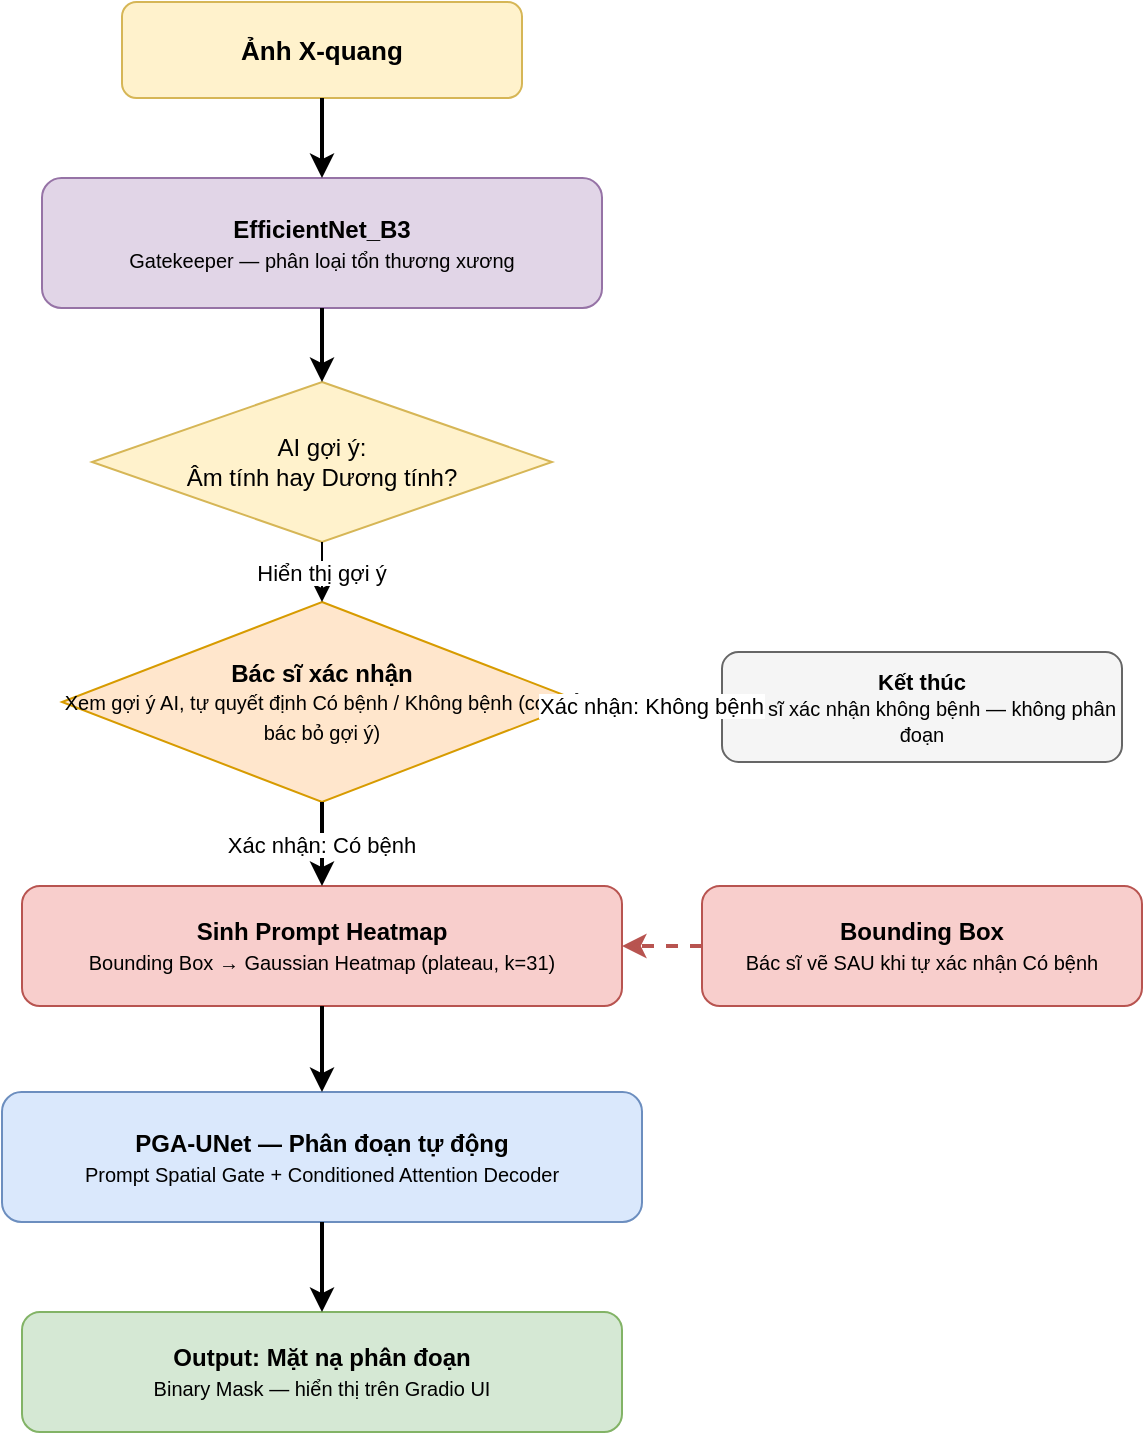
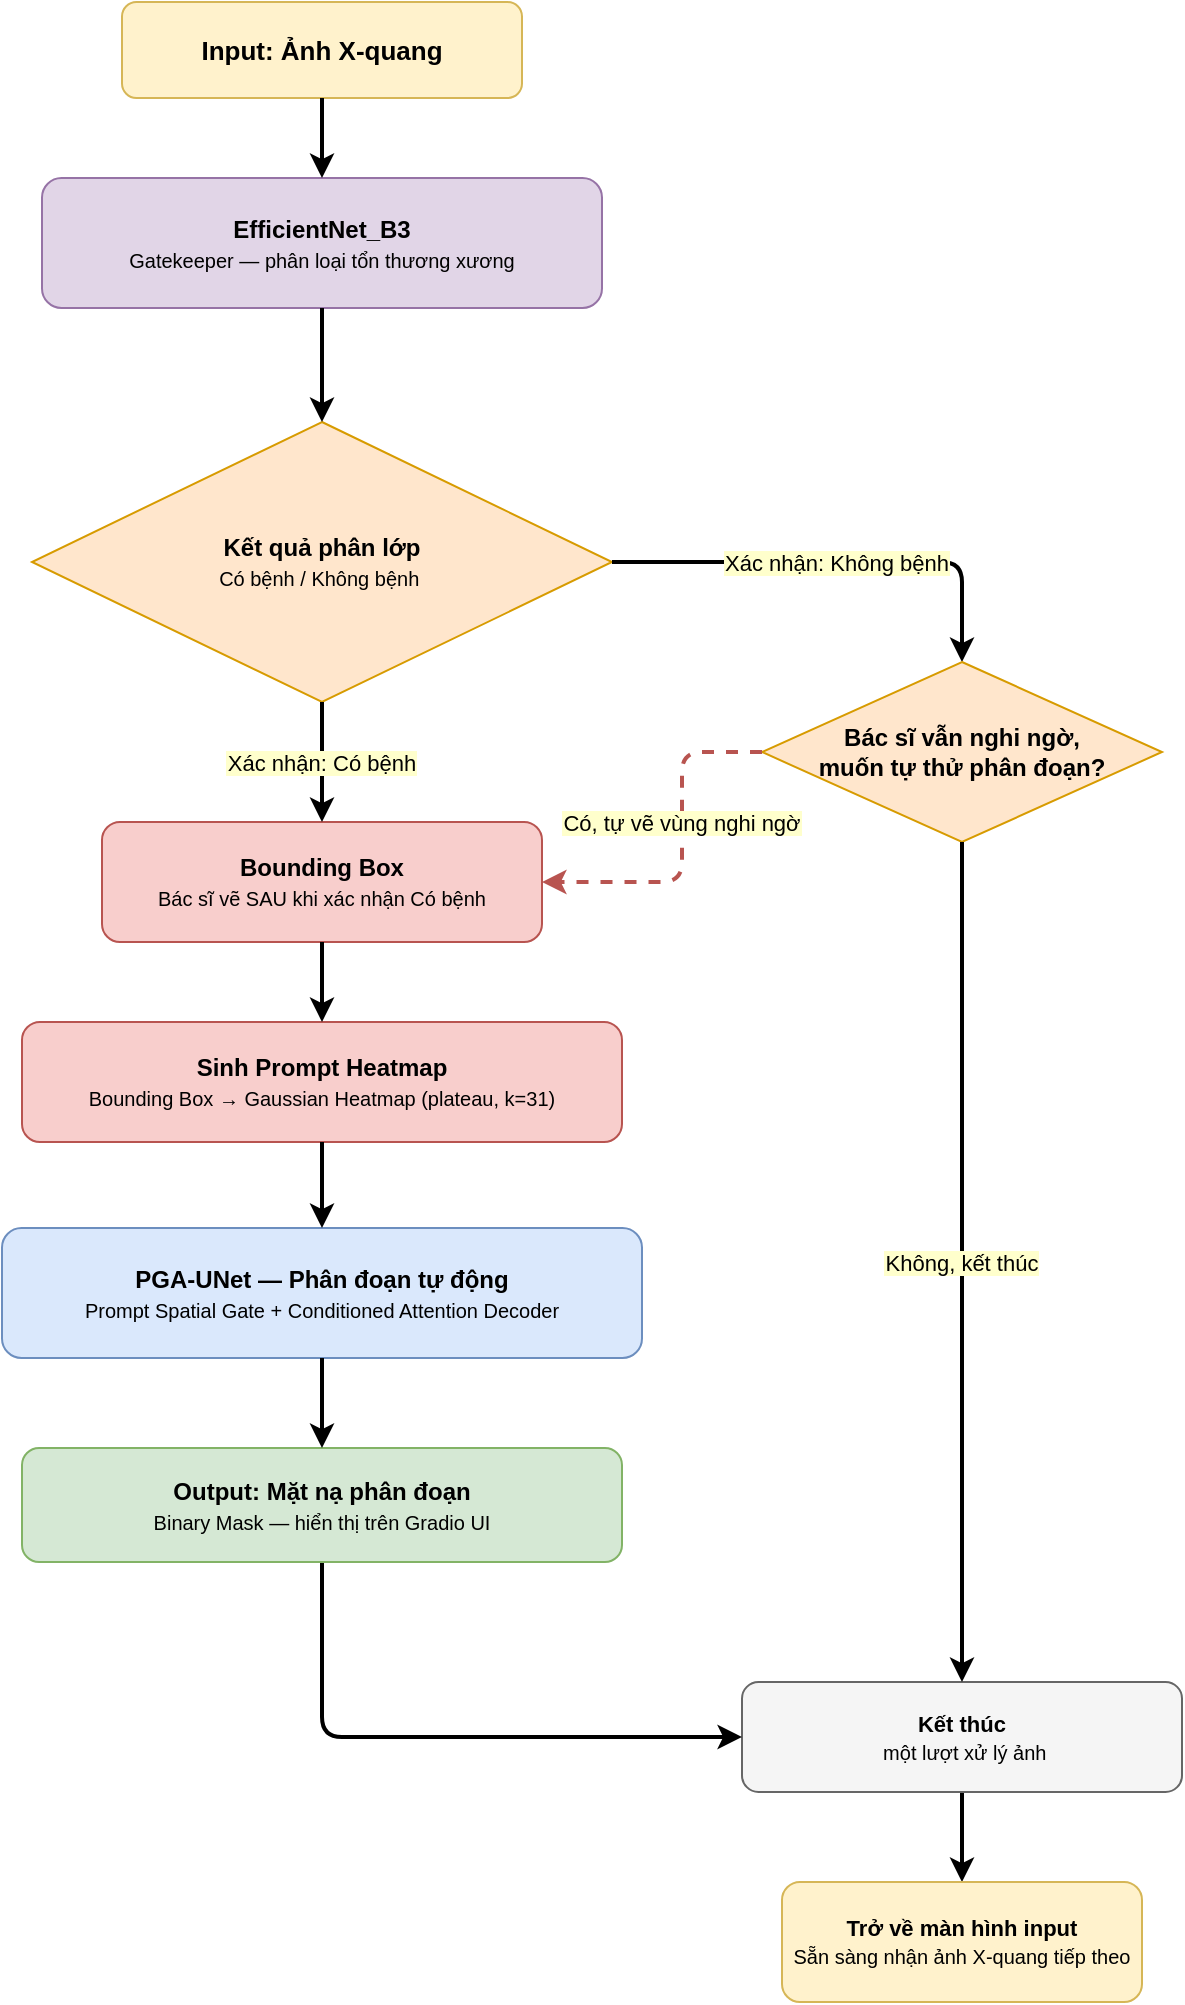
<mxfile host="65bd71144e">
    <diagram name="4. Inference Pipeline" id="inferencepipeline">
-         <mxGraphModel dx="1042" dy="124" grid="1" gridSize="10" guides="1" tooltips="1" connect="1" arrows="1" fold="1" page="1" pageScale="1" pageWidth="860" pageHeight="940" math="0" shadow="0">
+         <mxGraphModel dx="1219" dy="288" grid="1" gridSize="10" guides="1" tooltips="1" connect="1" arrows="1" fold="1" page="1" pageScale="1" pageWidth="860" pageHeight="940" math="0" shadow="0">
            <root>
                <mxCell id="0"/>
                <mxCell id="1" parent="0"/>
- 
-                 <!-- ===== INPUT (ảnh X-quang, duy nhất từ đầu) ===== -->
-                 <mxCell id="xray" value="&lt;b&gt;Ảnh X-quang&lt;/b&gt;" style="rounded=1;whiteSpace=wrap;html=1;fillColor=#fff2cc;strokeColor=#d6b656;fontSize=13;" parent="1" vertex="1">
+                 <mxCell id="xray" value="&lt;b&gt;Input: Ảnh X-quang&lt;/b&gt;" style="rounded=1;whiteSpace=wrap;html=1;fillColor=#fff2cc;strokeColor=#d6b656;fontSize=13;" parent="1" vertex="1">
                    <mxGeometry x="320" y="20" width="200" height="48" as="geometry"/>
                </mxCell>
- 
-                 <!-- ===== GATEKEEPER ===== -->
                <mxCell id="gate" value="&lt;b&gt;EfficientNet_B3&lt;/b&gt;&lt;br&gt;&lt;font style=&quot;font-size:10px;&quot;&gt;Gatekeeper — phân loại tổn thương xương&lt;/font&gt;" style="rounded=1;whiteSpace=wrap;html=1;fillColor=#e1d5e7;strokeColor=#9673a6;fontSize=12;" parent="1" vertex="1">
                    <mxGeometry x="280" y="108" width="280" height="65" as="geometry"/>
                </mxCell>
- 
-                 <!-- ===== AI SUGGESTION (not a decision) ===== -->
-                 <mxCell id="dec" value="AI gợi ý:&lt;br&gt;Âm tính hay Dương tính?" style="rhombus;whiteSpace=wrap;html=1;fillColor=#fff2cc;strokeColor=#d6b656;fontSize=12;" parent="1" vertex="1">
-                     <mxGeometry x="305" y="210" width="230" height="80" as="geometry"/>
+                 <mxCell id="confirm" value="&lt;b&gt;Kết quả phân lớp&lt;/b&gt;&lt;br&gt;&lt;font style=&quot;font-size:10px;&quot;&gt;Có bệnh / Không bệnh&amp;nbsp;&lt;/font&gt;" style="rhombus;whiteSpace=wrap;html=1;fillColor=#ffe6cc;strokeColor=#d79b00;fontSize=12;" parent="1" vertex="1">
+                     <mxGeometry x="275" y="230" width="290" height="140" as="geometry"/>
                </mxCell>
- 
-                 <!-- ===== DOCTOR CONFIRMATION (actual decision point) ===== -->
-                 <mxCell id="confirm" value="&lt;b&gt;Bác sĩ xác nhận&lt;/b&gt;&lt;br&gt;&lt;font style=&quot;font-size:10px;&quot;&gt;Xem gợi ý AI, tự quyết định Có bệnh / Không bệnh (có thể bác bỏ gợi ý)&lt;/font&gt;" style="rhombus;whiteSpace=wrap;html=1;fillColor=#ffe6cc;strokeColor=#d79b00;fontSize=12;" parent="1" vertex="1">
-                     <mxGeometry x="290" y="320" width="260" height="100" as="geometry"/>
+                 <mxCell id="15" value="" style="edgeStyle=orthogonalEdgeStyle;strokeWidth=2;exitX=0.5;exitY=1;exitDx=0;exitDy=0;" parent="1" source="stop" target="14" edge="1">
+                     <mxGeometry relative="1" as="geometry"/>
                </mxCell>
- 
-                 <!-- ===== "KHÔNG BỆNH" branch (bác sĩ xác nhận) ===== -->
-                 <mxCell id="stop" value="&lt;b&gt;Kết thúc&lt;/b&gt;&lt;br&gt;&lt;font style=&quot;font-size:10px;&quot;&gt;Bác sĩ xác nhận không bệnh — không phân đoạn&lt;/font&gt;" style="rounded=1;whiteSpace=wrap;html=1;fillColor=#f5f5f5;strokeColor=#666666;fontSize=11;" parent="1" vertex="1">
-                     <mxGeometry x="620" y="345" width="200" height="55" as="geometry"/>
+                 <mxCell id="stop" value="&lt;b&gt;Kết thúc&lt;/b&gt;&lt;br&gt;&lt;font style=&quot;font-size:10px;&quot;&gt;&amp;nbsp;một lượt xử lý ảnh&lt;/font&gt;" style="rounded=1;whiteSpace=wrap;html=1;fillColor=#f5f5f5;strokeColor=#666666;fontSize=11;" parent="1" vertex="1">
+                     <mxGeometry x="630" y="860" width="220" height="55" as="geometry"/>
                </mxCell>
- 
-                 <!-- ===== "CÓ BỆNH" branch (bác sĩ xác nhận) ===== -->
                <mxCell id="prompt0" value="&lt;b&gt;Sinh Prompt Heatmap&lt;/b&gt;&lt;br&gt;&lt;font style=&quot;font-size:10px;&quot;&gt;Bounding Box → Gaussian Heatmap (plateau, k=31)&lt;/font&gt;" style="rounded=1;whiteSpace=wrap;html=1;fillColor=#f8cecc;strokeColor=#b85450;fontSize=12;" parent="1" vertex="1">
-                     <mxGeometry x="270" y="462" width="300" height="60" as="geometry"/>
+                     <mxGeometry x="270" y="530" width="300" height="60" as="geometry"/>
                </mxCell>
- 
-                 <!-- BBox chỉ xuất hiện SAU khi bác sĩ tự xác nhận Có bệnh (cùng hàng với Sinh Prompt Heatmap) -->
-                 <mxCell id="bbox_in" value="&lt;b&gt;Bounding Box&lt;/b&gt;&lt;br&gt;&lt;font style=&quot;font-size:10px;&quot;&gt;Bác sĩ vẽ SAU khi tự xác nhận Có bệnh&lt;/font&gt;" style="rounded=1;whiteSpace=wrap;html=1;fillColor=#f8cecc;strokeColor=#b85450;fontSize=12;" parent="1" vertex="1">
-                     <mxGeometry x="610" y="462" width="220" height="60" as="geometry"/>
+                 <mxCell id="bbox_in" value="&lt;b&gt;Bounding Box&lt;/b&gt;&lt;br&gt;&lt;font style=&quot;font-size:10px;&quot;&gt;Bác sĩ vẽ SAU khi xác nhận Có bệnh&lt;/font&gt;" style="rounded=1;whiteSpace=wrap;html=1;fillColor=#f8cecc;strokeColor=#b85450;fontSize=12;" parent="1" vertex="1">
+                     <mxGeometry x="310" y="430" width="220" height="60" as="geometry"/>
                </mxCell>
- 
-                 <!-- ===== PGA-UNet ===== -->
                <mxCell id="pga" value="&lt;b&gt;PGA-UNet — Phân đoạn tự động&lt;/b&gt;&lt;br&gt;&lt;font style=&quot;font-size:10px;&quot;&gt;Prompt Spatial Gate + Conditioned Attention Decoder&lt;/font&gt;" style="rounded=1;whiteSpace=wrap;html=1;fillColor=#dae8fc;strokeColor=#6c8ebf;fontSize=12;" parent="1" vertex="1">
-                     <mxGeometry x="260" y="565" width="320" height="65" as="geometry"/>
+                     <mxGeometry x="260" y="633" width="320" height="65" as="geometry"/>
                </mxCell>
- 
-                 <!-- ===== OUTPUT ===== -->
+                 <mxCell id="13" value="" style="edgeStyle=orthogonalEdgeStyle;strokeWidth=2;entryX=0;entryY=0.5;entryDx=0;entryDy=0;exitX=0.5;exitY=1;exitDx=0;exitDy=0;" parent="1" source="out" target="stop" edge="1">
+                     <mxGeometry relative="1" as="geometry"/>
+                 </mxCell>
                <mxCell id="out" value="&lt;b&gt;Output: Mặt nạ phân đoạn&lt;/b&gt;&lt;br&gt;&lt;font style=&quot;font-size:10px;&quot;&gt;Binary Mask — hiển thị trên Gradio UI&lt;/font&gt;" style="rounded=1;whiteSpace=wrap;html=1;fillColor=#d5e8d4;strokeColor=#82b366;fontSize=12;" parent="1" vertex="1">
-                     <mxGeometry x="270" y="675" width="300" height="60" as="geometry"/>
+                     <mxGeometry x="270" y="743" width="300" height="57" as="geometry"/>
                </mxCell>
- 
-                 <!-- ===== ARROWS ===== -->
-                 <!-- Ảnh → Gatekeeper -->
                <mxCell id="a1" value="" style="edgeStyle=orthogonalEdgeStyle;strokeWidth=2;" parent="1" source="xray" target="gate" edge="1">
                    <mxGeometry relative="1" as="geometry"/>
                </mxCell>
-                 <!-- Gatekeeper → Decision -->
-                 <mxCell id="a2" value="" style="edgeStyle=orthogonalEdgeStyle;strokeWidth=2;" parent="1" source="gate" target="dec" edge="1">
+                 <mxCell id="a2" value="" style="edgeStyle=orthogonalEdgeStyle;strokeWidth=2;entryX=0.5;entryY=0;entryDx=0;entryDy=0;" parent="1" source="gate" target="confirm" edge="1">
+                     <mxGeometry relative="1" as="geometry">
+                         <mxPoint x="420" y="210" as="targetPoint"/>
+                     </mxGeometry>
+                 </mxCell>
+                 <mxCell id="a3" value="Xác nhận: Không bệnh" style="edgeStyle=orthogonalEdgeStyle;strokeWidth=2;fontSize=11;entryX=0.5;entryY=0;entryDx=0;entryDy=0;labelBackgroundColor=#ffffcc;" parent="1" source="confirm" target="11" edge="1">
                    <mxGeometry relative="1" as="geometry"/>
                </mxCell>
-                 <!-- AI suggestion → Doctor confirmation -->
-                 <mxCell id="a2b" value="Hiển thị gợi ý" style="edgeStyle=orthogonalEdgeStyle;fontSize=11;" parent="1" source="dec" target="confirm" edge="1">
-                     <mxGeometry relative="1" as="geometry"/>
+                 <mxCell id="a4" value="Xác nhận: Có bệnh" style="edgeStyle=orthogonalEdgeStyle;strokeWidth=2;fontSize=11;entryX=0.5;entryY=0;entryDx=0;entryDy=0;labelBackgroundColor=#ffffcc;" parent="1" source="confirm" target="bbox_in" edge="1">
+                     <mxGeometry relative="1" as="geometry">
+                         <mxPoint x="420" y="462" as="targetPoint"/>
+                     </mxGeometry>
                </mxCell>
-                 <!-- Confirm → Stop (bác sĩ xác nhận không bệnh) -->
-                 <mxCell id="a3" value="Xác nhận: Không bệnh" style="edgeStyle=orthogonalEdgeStyle;fontSize=11;" parent="1" source="confirm" target="stop" edge="1">
-                     <mxGeometry relative="1" as="geometry"/>
-                 </mxCell>
-                 <!-- Confirm → Prompt (bác sĩ xác nhận có bệnh) -->
-                 <mxCell id="a4" value="Xác nhận: Có bệnh" style="edgeStyle=orthogonalEdgeStyle;strokeWidth=2;fontSize=11;" parent="1" source="confirm" target="prompt0" edge="1">
-                     <mxGeometry relative="1" as="geometry"/>
-                 </mxCell>
-                 <!-- BBox → Prompt (BBox được dùng để sinh heatmap) -->
-                 <mxCell id="a_bbox_prompt" value="" style="edgeStyle=orthogonalEdgeStyle;strokeWidth=2;dashed=1;strokeColor=#b85450;exitX=0;exitY=0.5;exitDx=0;exitDy=0;entryX=1;entryY=0.5;entryDx=0;entryDy=0;" parent="1" source="bbox_in" target="prompt0" edge="1">
-                     <mxGeometry relative="1" as="geometry"/>
-                 </mxCell>
-                 <!-- Prompt → PGA-UNet -->
                <mxCell id="a5" value="" style="edgeStyle=orthogonalEdgeStyle;strokeWidth=2;" parent="1" source="prompt0" target="pga" edge="1">
                    <mxGeometry relative="1" as="geometry"/>
                </mxCell>
-                 <!-- PGA-UNet → Output -->
                <mxCell id="a6" value="" style="edgeStyle=orthogonalEdgeStyle;strokeWidth=2;" parent="1" source="pga" target="out" edge="1">
                    <mxGeometry relative="1" as="geometry"/>
                </mxCell>
- 
+                 <mxCell id="3" value="" style="edgeStyle=orthogonalEdgeStyle;strokeWidth=2;entryX=0.5;entryY=0;entryDx=0;entryDy=0;exitX=0.5;exitY=1;exitDx=0;exitDy=0;" parent="1" source="bbox_in" target="prompt0" edge="1">
+                     <mxGeometry relative="1" as="geometry">
+                         <mxPoint x="430" y="600" as="sourcePoint"/>
+                         <mxPoint x="430" y="643" as="targetPoint"/>
+                         <Array as="points">
+                             <mxPoint x="420" y="500"/>
+                             <mxPoint x="420" y="500"/>
+                         </Array>
+                     </mxGeometry>
+                 </mxCell>
+                 <mxCell id="11" value="&lt;b&gt;Bác sĩ vẫn nghi ngờ,&lt;br&gt;muốn tự thử phân đoạn?&lt;/b&gt;" style="rhombus;whiteSpace=wrap;html=1;fillColor=#ffe6cc;strokeColor=#d79b00;fontSize=12;" parent="1" vertex="1">
+                     <mxGeometry x="640" y="350" width="200" height="90" as="geometry"/>
+                 </mxCell>
+                 <mxCell id="a3b" value="Không, kết thúc" style="edgeStyle=orthogonalEdgeStyle;strokeWidth=2;fontSize=11;labelBackgroundColor=#ffffcc;" parent="1" source="11" target="stop" edge="1">
+                     <mxGeometry relative="1" as="geometry"/>
+                 </mxCell>
+                 <mxCell id="6" value="Có, tự vẽ vùng nghi ngờ" style="edgeStyle=orthogonalEdgeStyle;strokeWidth=2;fontSize=11;dashed=1;strokeColor=#b85450;labelBackgroundColor=#ffffcc;exitX=0;exitY=0.5;exitDx=0;exitDy=0;" parent="1" source="11" target="bbox_in" edge="1">
+                     <mxGeometry x="-0.1429" relative="1" as="geometry">
+                         <Array as="points">
+                             <mxPoint x="600" y="395"/>
+                             <mxPoint x="600" y="460"/>
+                         </Array>
+                         <mxPoint as="offset"/>
+                     </mxGeometry>
+                 </mxCell>
+                 <mxCell id="14" value="&lt;b&gt;Trở về màn hình input&lt;/b&gt;&lt;br&gt;&lt;font style=&quot;font-size:10px;&quot;&gt;Sẵn sàng nhận ảnh X-quang tiếp theo&lt;/font&gt;" style="whiteSpace=wrap;html=1;fontSize=11;fillColor=#fff2cc;strokeColor=#d6b656;rounded=1;" parent="1" vertex="1">
+                     <mxGeometry x="650" y="960" width="180" height="60" as="geometry"/>
+                 </mxCell>
            </root>
        </mxGraphModel>
    </diagram>
- </mxfile>
+ </mxfile>